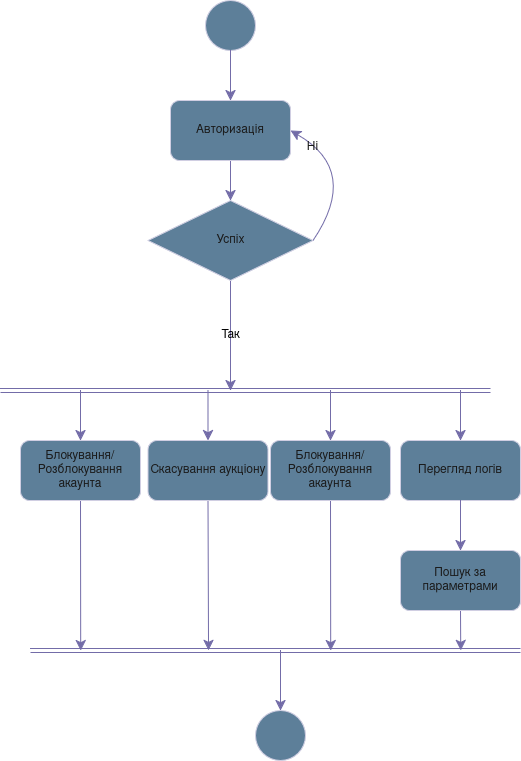
The draw.io diagram diagrams/admin.png in AndrejVenas/ArtRari, before a commit. Source tidied: cells renumbered, new cells last; positions are measured from the earlier drawing's top-left corner, leaving out a move shared by most shapes.
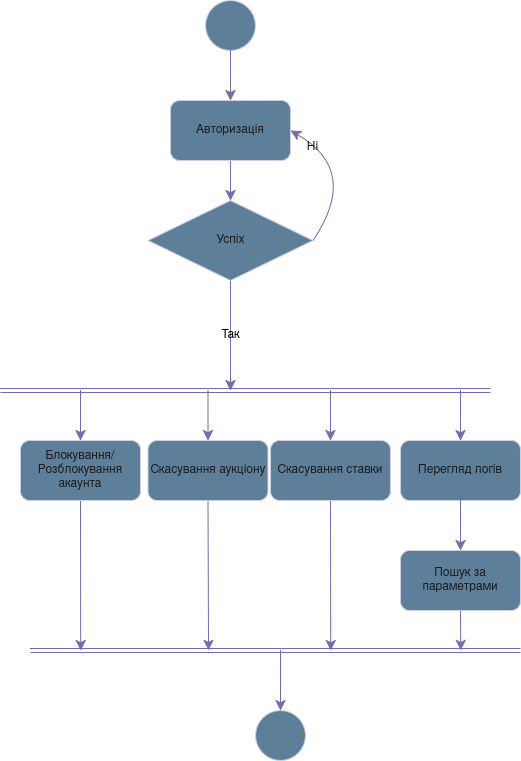
After the change.

Commit message:
action diagram fix

Change to the diagram source:
```diff
@@ -69,7 +69,7 @@
         <mxPoint x="330.2" y="650" as="targetPoint" />
       </mxGeometry>
     </mxCell>
-    <mxCell id="18" value="Блокування/Розблокування акаунта" style="rounded=1;whiteSpace=wrap;html=1;strokeColor=#D0CEE2;fontColor=#1A1A1A;fillColor=#5D7F99;" parent="1" vertex="1">
+    <mxCell id="18" value="Скасування ставки" style="rounded=1;whiteSpace=wrap;html=1;strokeColor=#D0CEE2;fontColor=#1A1A1A;fillColor=#5D7F99;" parent="1" vertex="1">
       <mxGeometry x="270" y="440" width="120" height="60" as="geometry" />
     </mxCell>
     <mxCell id="19" style="edgeStyle=none;curved=1;rounded=0;jettySize=auto;html=1;entryX=0.5;entryY=0;entryDx=0;entryDy=0;fontSize=12;startSize=8;endSize=8;labelBackgroundColor=none;strokeColor=#736CA8;fontColor=default;" parent="1" edge="1" target="18">
```
